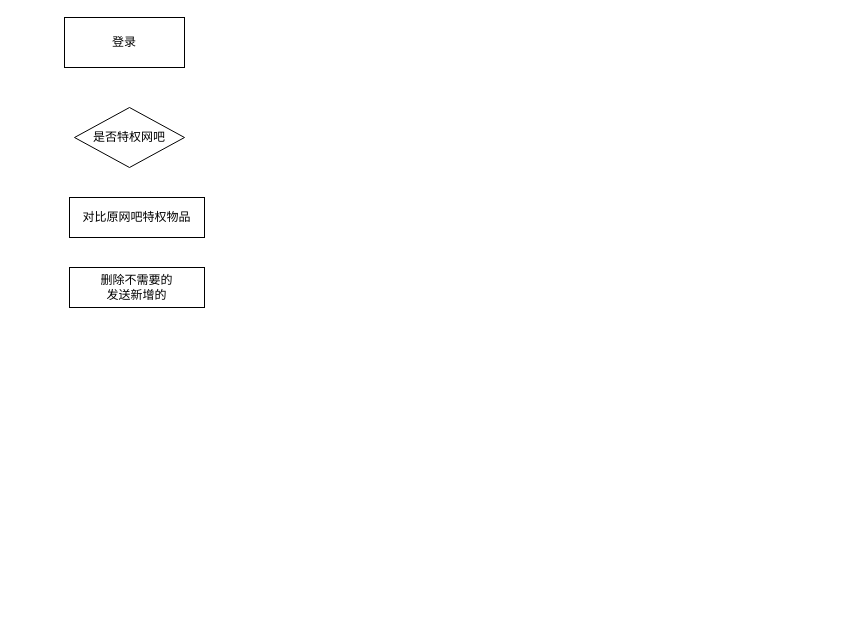
Above: SSJJ2/网吧特权.drawio in Ordertiny/graph (draw.io), before the change. Source tidied: cells renumbered, new cells numbered last; positions are measured from the earlier drawing's top-left corner, leaving out a move shared by most shapes. Both pictures are drawn from the tidied source at 100%, with x=0, y=0 at pixel (64, 17).
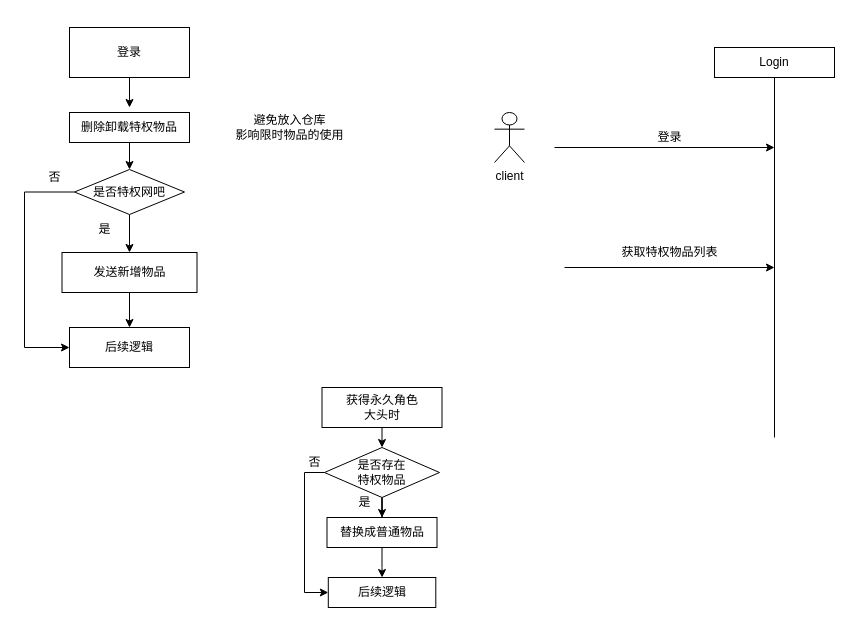
After the change.

Commit message:
更新网吧特权.drawio

Change to the diagram source:
```diff
@@
+    <mxCell id="6" style="edgeStyle=orthogonalEdgeStyle;rounded=0;jettySize=auto;html=1;exitX=0.5;exitY=1;exitDx=0;exitDy=0;" parent="1" edge="1" source="2">
+      <mxGeometry relative="1" as="geometry">
+        <mxPoint x="65" y="90" as="targetPoint" />
+      </mxGeometry>
+    </mxCell>
     <mxCell id="2" value="登录" style="rounded=0;whiteSpace=wrap;html=1;" parent="1" vertex="1">
-      <mxGeometry width="120" height="50" as="geometry" />
+      <mxGeometry x="5" y="10" width="120" height="50" as="geometry" />
     </mxCell>
+    <mxCell id="7" style="edgeStyle=orthogonalEdgeStyle;rounded=0;jettySize=auto;html=1;exitX=0;exitY=0.5;exitDx=0;exitDy=0;entryX=0;entryY=0.5;entryDx=0;entryDy=0;" parent="1" edge="1" source="3" target="10">
+      <mxGeometry relative="1" as="geometry">
+        <Array as="points">
+          <mxPoint x="-40" y="175" />
+          <mxPoint x="-40" y="330" />
+        </Array>
+      </mxGeometry>
+    </mxCell>
+    <mxCell id="8" style="edgeStyle=orthogonalEdgeStyle;rounded=0;jettySize=auto;html=1;exitX=0.5;exitY=1;exitDx=0;exitDy=0;" parent="1" edge="1" source="3" target="4">
+      <mxGeometry relative="1" as="geometry" />
+    </mxCell>
     <mxCell id="3" value="是否特权网吧" style="rhombus;whiteSpace=wrap;html=1;" parent="1" vertex="1">
-      <mxGeometry x="10" y="90" width="110" height="60" as="geometry" />
+      <mxGeometry x="10" y="152" width="110" height="45" as="geometry" />
     </mxCell>
+    <mxCell id="9" style="edgeStyle=orthogonalEdgeStyle;rounded=0;jettySize=auto;html=1;exitX=0.5;exitY=1;exitDx=0;exitDy=0;entryX=0.5;entryY=0;entryDx=0;entryDy=0;" parent="1" edge="1" source="4" target="10">
+      <mxGeometry relative="1" as="geometry" />
+    </mxCell>
-    <mxCell id="4" value="对比原网吧特权物品" style="whiteSpace=wrap;html=1;" parent="1" vertex="1">
-      <mxGeometry x="5" y="180" width="135" height="40" as="geometry" />
+    <mxCell id="4" value="发送新增物品" style="whiteSpace=wrap;html=1;" parent="1" vertex="1">
+      <mxGeometry x="-2.5" y="235" width="135" height="40" as="geometry" />
     </mxCell>
-    <mxCell id="5" value="删除不需要的&lt;br&gt;发送新增的" style="whiteSpace=wrap;html=1;" parent="1" vertex="1">
-      <mxGeometry x="5" y="250" width="135" height="40" as="geometry" />
-    </mxCell>
+    <mxCell id="10" value="后续逻辑" style="whiteSpace=wrap;html=1;" parent="1" vertex="1">
+      <mxGeometry x="5" y="310" width="120" height="40" as="geometry" />
+    </mxCell>
+    <mxCell id="11" value="否" style="text;html=1;align=center;verticalAlign=middle;strokeColor=none;fillColor=none;" parent="1" vertex="1">
+      <mxGeometry x="-30" y="145" width="40" height="30" as="geometry" />
+    </mxCell>
+    <mxCell id="12" value="是" style="text;html=1;align=center;verticalAlign=middle;strokeColor=none;fillColor=none;" parent="1" vertex="1">
+      <mxGeometry x="20" y="197" width="40" height="30" as="geometry" />
+    </mxCell>
+    <mxCell id="13" value="client" style="shape=umlActor;verticalLabelPosition=bottom;verticalAlign=top;html=1;" parent="1" vertex="1">
+      <mxGeometry x="430" y="95" width="30" height="50" as="geometry" />
+    </mxCell>
+    <mxCell id="14" value="Login" style="rounded=0;whiteSpace=wrap;html=1;" parent="1" vertex="1">
+      <mxGeometry x="650" y="30" width="120" height="30" as="geometry" />
+    </mxCell>
+    <mxCell id="15" style="endArrow=none;html=1;rounded=0;entryX=0.5;entryY=1;entryDx=0;entryDy=0;" parent="1" edge="1" target="14">
+      <mxGeometry relative="1" as="geometry">
+        <mxPoint x="710" y="420" as="sourcePoint" />
+      </mxGeometry>
+    </mxCell>
+    <mxCell id="16" style="endArrow=classic;html=1;rounded=0;" parent="1" edge="1">
+      <mxGeometry relative="1" as="geometry">
+        <mxPoint x="490" y="130" as="sourcePoint" />
+        <mxPoint x="710" y="130" as="targetPoint" />
+      </mxGeometry>
+    </mxCell>
+    <mxCell id="17" value="登录" style="text;html=1;align=center;verticalAlign=middle;strokeColor=none;fillColor=none;" parent="1" vertex="1">
+      <mxGeometry x="580" y="105" width="50" height="30" as="geometry" />
+    </mxCell>
+    <mxCell id="18" style="endArrow=classic;html=1;rounded=0;" parent="1" edge="1">
+      <mxGeometry relative="1" as="geometry">
+        <mxPoint x="500" y="250" as="sourcePoint" />
+        <mxPoint x="710" y="250" as="targetPoint" />
+      </mxGeometry>
+    </mxCell>
+    <mxCell id="19" value="获取特权物品列表" style="text;html=1;align=center;verticalAlign=middle;strokeColor=none;fillColor=none;" parent="1" vertex="1">
+      <mxGeometry x="545" y="220" width="120" height="30" as="geometry" />
+    </mxCell>
+    <mxCell id="20" style="edgeStyle=orthogonalEdgeStyle;rounded=0;jettySize=auto;html=1;exitX=0.5;exitY=1;exitDx=0;exitDy=0;entryX=0.5;entryY=0;entryDx=0;entryDy=0;" parent="1" edge="1" source="21" target="27">
+      <mxGeometry relative="1" as="geometry" />
+    </mxCell>
+    <mxCell id="21" value="获得永久角色&lt;br&gt;大头时" style="rounded=0;whiteSpace=wrap;html=1;" parent="1" vertex="1">
+      <mxGeometry x="257.5" y="370" width="120" height="40" as="geometry" />
+    </mxCell>
+    <mxCell id="22" style="edgeStyle=orthogonalEdgeStyle;rounded=0;jettySize=auto;html=1;exitX=0.5;exitY=1;exitDx=0;exitDy=0;" parent="1" edge="1" source="23" target="3">
+      <mxGeometry relative="1" as="geometry" />
+    </mxCell>
+    <mxCell id="23" value="删除卸载特权物品" style="whiteSpace=wrap;html=1;" parent="1" vertex="1">
+      <mxGeometry x="5" y="95" width="120" height="30" as="geometry" />
+    </mxCell>
+    <mxCell id="24" value="避免放入仓库&lt;br&gt;影响限时物品的使用" style="text;html=1;align=center;verticalAlign=middle;strokeColor=none;fillColor=none;" parent="1" vertex="1">
+      <mxGeometry x="160" y="90" width="130" height="40" as="geometry" />
+    </mxCell>
+    <mxCell id="25" style="edgeStyle=orthogonalEdgeStyle;rounded=0;jettySize=auto;html=1;exitX=0.5;exitY=1;exitDx=0;exitDy=0;" parent="1" edge="1" source="27" target="29">
+      <mxGeometry relative="1" as="geometry" />
+    </mxCell>
+    <mxCell id="26" style="edgeStyle=orthogonalEdgeStyle;rounded=0;jettySize=auto;html=1;exitX=0;exitY=0.5;exitDx=0;exitDy=0;entryX=0;entryY=0.5;entryDx=0;entryDy=0;" parent="1" edge="1" source="27" target="30">
+      <mxGeometry relative="1" as="geometry" />
+    </mxCell>
+    <mxCell id="27" value="是否存在&lt;br&gt;特权物品" style="rhombus;whiteSpace=wrap;html=1;" parent="1" vertex="1">
+      <mxGeometry x="260" y="430" width="115" height="50" as="geometry" />
+    </mxCell>
+    <mxCell id="28" style="edgeStyle=orthogonalEdgeStyle;rounded=0;jettySize=auto;html=1;exitX=0.5;exitY=1;exitDx=0;exitDy=0;" parent="1" edge="1" source="29" target="30">
+      <mxGeometry relative="1" as="geometry" />
+    </mxCell>
+    <mxCell id="29" value="替换成普通物品" style="whiteSpace=wrap;html=1;" parent="1" vertex="1">
+      <mxGeometry x="262.5" y="500" width="110" height="30" as="geometry" />
+    </mxCell>
+    <mxCell id="30" value="后续逻辑" style="whiteSpace=wrap;html=1;" parent="1" vertex="1">
+      <mxGeometry x="263.8" y="560" width="107.5" height="30" as="geometry" />
+    </mxCell>
+    <mxCell id="31" value="否" style="text;html=1;align=center;verticalAlign=middle;strokeColor=none;fillColor=none;" parent="1" vertex="1">
+      <mxGeometry x="230" y="430" width="40" height="30" as="geometry" />
+    </mxCell>
+    <mxCell id="32" value="是" style="text;html=1;align=center;verticalAlign=middle;strokeColor=none;fillColor=none;" parent="1" vertex="1">
+      <mxGeometry x="280" y="470" width="40" height="30" as="geometry" />
+    </mxCell>
```
